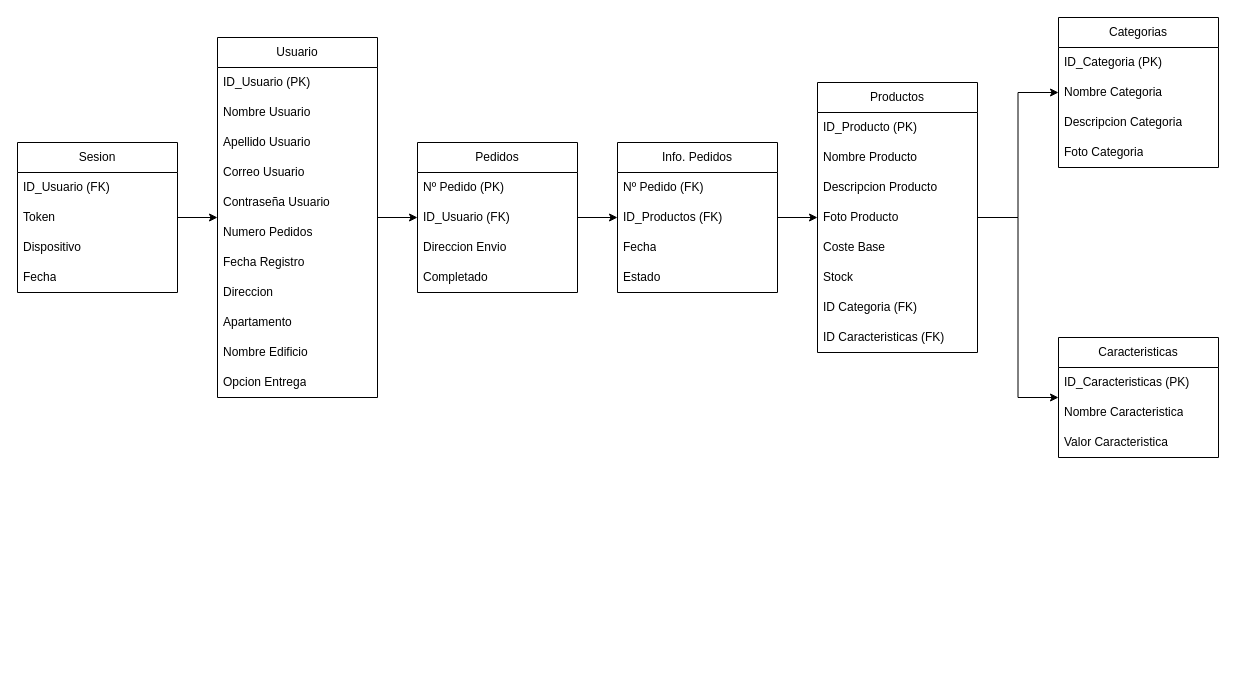
Before: page "Tabla" (2 of 2) of BBDDTFG.drawio in meeeww/tfg_server, a draw.io diagram. Source tidied: cells renumbered, new cells numbered last; positions are measured from the earlier drawing's top-left corner, leaving out a move shared by most shapes. Both pictures are drawn from the tidied source at 100%, with x=0, y=0 at pixel (17, 17).
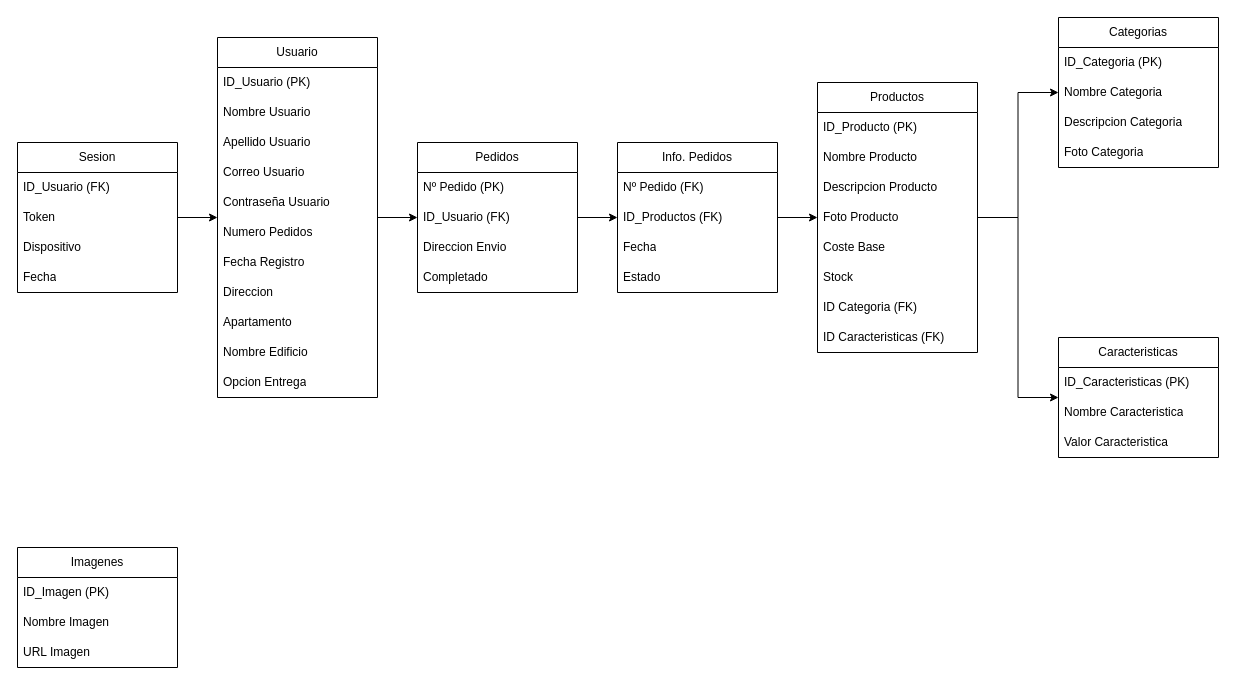
After the change.

Commit message (it also covers changes not shown here):
Añadida tabla imagenes

Diff of the diagram source:
```diff
@@
+    <mxCell id="53" value="Imagenes" style="swimlane;fontStyle=0;horizontal=1;startSize=30;whiteSpace=wrap;html=1;" parent="1" vertex="1">
+      <mxGeometry y="530" width="160" height="120" as="geometry" />
+    </mxCell>
+    <mxCell id="54" value="ID_Imagen (PK)" style="text;strokeColor=none;fillColor=none;align=left;verticalAlign=middle;spacingLeft=4;spacingRight=4;overflow=hidden;whiteSpace=wrap;html=1;" parent="53" vertex="1">
+      <mxGeometry y="30" width="160" height="30" as="geometry" />
+    </mxCell>
+    <mxCell id="55" value="Nombre Imagen" style="text;strokeColor=none;fillColor=none;align=left;verticalAlign=middle;spacingLeft=4;spacingRight=4;overflow=hidden;whiteSpace=wrap;html=1;" parent="53" vertex="1">
+      <mxGeometry y="60" width="160" height="30" as="geometry" />
+    </mxCell>
+    <mxCell id="56" value="URL Imagen" style="text;strokeColor=none;fillColor=none;align=left;verticalAlign=middle;spacingLeft=4;spacingRight=4;overflow=hidden;whiteSpace=wrap;html=1;" parent="53" vertex="1">
+      <mxGeometry y="90" width="160" height="30" as="geometry" />
+    </mxCell>
```
